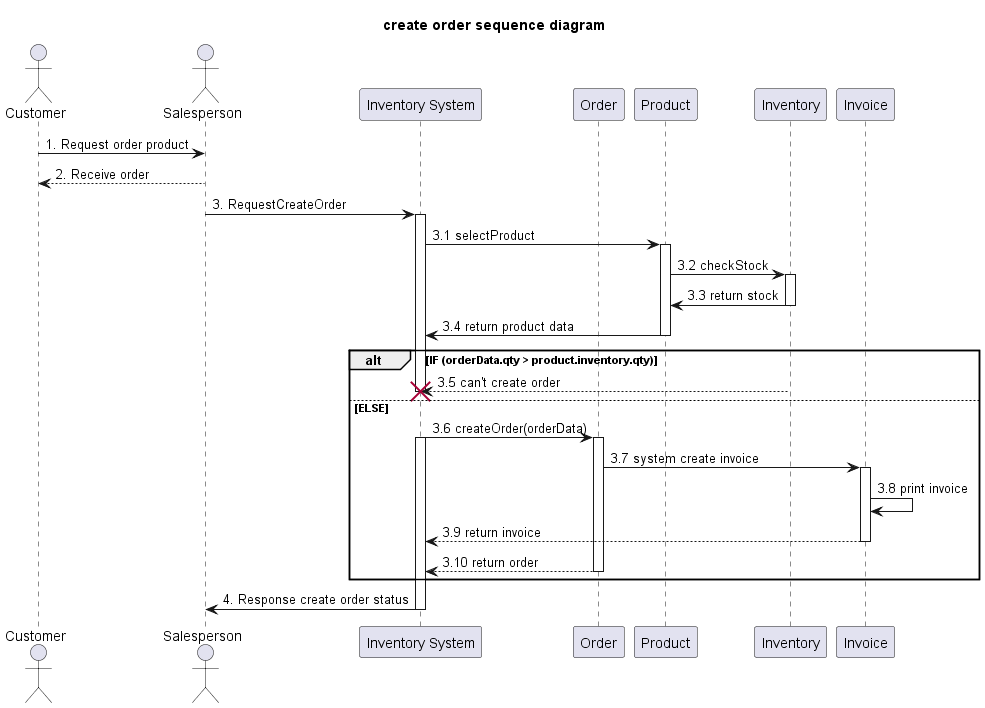
This is out/system-analysis/sequence/_4_2_sequence-create-order/_4_2_sequence-create-order.png from billowdev/inventory-system-plantuml-sequelize-seeder-example, a PlantUML export, as it was before one commit. The source it was exported from:
```plantuml
@startuml
title create order sequence diagram

actor Customer as actorCustomer

actor Salesperson as actorSalesperson
participant "Inventory System" as InventorySystem
participant "Order" as classOrder
participant "Product" as classProduct
participant "Inventory" as classInventory
participant "Invoice" as classInvoice


actorCustomer -> actorSalesperson : 1. Request order product

actorSalesperson --> actorCustomer : 2. Receive order

actorSalesperson -> InventorySystem: 3. RequestCreateOrder
activate InventorySystem

InventorySystem -> classProduct: 3.1 selectProduct
activate classProduct

classProduct -> classInventory: 3.2 checkStock
activate classInventory

classInventory -> classProduct: 3.3 return stock
deactivate classInventory

classProduct -> InventorySystem: 3.4 return product data
deactivate classProduct

alt IF (orderData.qty > product.inventory.qty)
classInventory --> InventorySystem : 3.5 can't create order
 destroy InventorySystem

else ELSE

InventorySystem -> classOrder: 3.6 createOrder(orderData)
activate classOrder
activate InventorySystem



classOrder -> classInvoice : 3.7 system create invoice

activate classInvoice
classInvoice -> classInvoice : 3.8 print invoice
classInvoice --> InventorySystem: 3.9 return invoice

deactivate classInvoice
classOrder --> InventorySystem: 3.10 return order
deactivate classOrder

end


InventorySystem -> actorSalesperson: 4. Response create order status
deactivate InventorySystem




@enduml
```
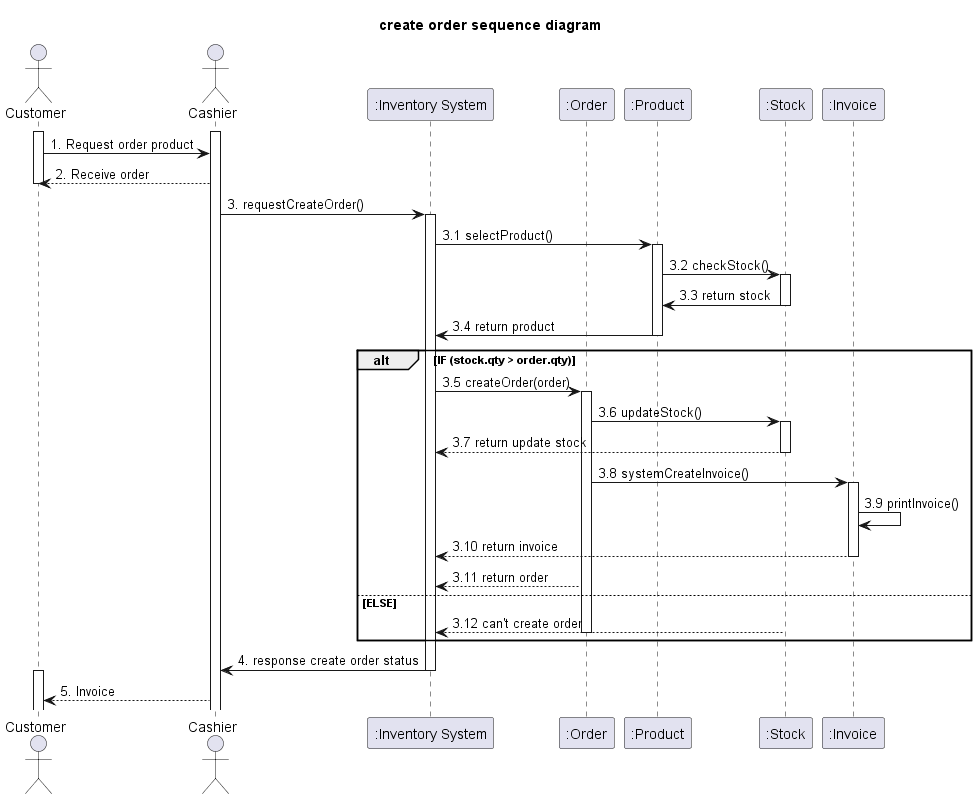
Above is the later version.

What changed in the source:
```diff
@@ -3,62 +3,74 @@
 
 actor Customer as actorCustomer
 
-actor Salesperson as actorSalesperson
-participant "Inventory System" as InventorySystem
-participant "Order" as classOrder
-participant "Product" as classProduct
-participant "Inventory" as classInventory
-participant "Invoice" as classInvoice
 
+actor Cashier as actorCashier
+participant ":Inventory System" as InventorySystem
+participant ":Order" as classOrder
+participant ":Product" as classProduct
+participant ":Stock" as classStock
+participant ":Invoice" as classInvoice
 
-actorCustomer -> actorSalesperson : 1. Request order product
+activate actorCashier
+activate actorCustomer
 
-actorSalesperson --> actorCustomer : 2. Receive order
+actorCustomer -> actorCashier : 1. Request order product
 
-actorSalesperson -> InventorySystem: 3. RequestCreateOrder
+actorCashier --> actorCustomer : 2. Receive order
+deactivate actorCustomer
+
+actorCashier -> InventorySystem: 3. requestCreateOrder()
 activate InventorySystem
 
-InventorySystem -> classProduct: 3.1 selectProduct
+InventorySystem -> classProduct: 3.1 selectProduct()
 activate classProduct
 
-classProduct -> classInventory: 3.2 checkStock
-activate classInventory
+classProduct -> classStock: 3.2 checkStock()
+activate classStock
 
-classInventory -> classProduct: 3.3 return stock
-deactivate classInventory
+classStock -> classProduct: 3.3 return stock
+deactivate classStock
 
-classProduct -> InventorySystem: 3.4 return product data
+classProduct -> InventorySystem: 3.4 return product
 deactivate classProduct
-
-alt IF (orderData.qty > product.inventory.qty)
-classInventory --> InventorySystem : 3.5 can't create order
- destroy InventorySystem
-
-else ELSE
-
-InventorySystem -> classOrder: 3.6 createOrder(orderData)
-activate classOrder
-activate InventorySystem
 
 
 
-classOrder -> classInvoice : 3.7 system create invoice
+alt IF (stock.qty > order.qty)
 
+InventorySystem -> classOrder: 3.5 createOrder(order)
+activate classOrder
+
+
+classOrder -> classStock: 3.6 updateStock()
+activate classStock
+
+classStock --> InventorySystem : 3.7 return update stock
+deactivate classStock
+
+
+classOrder -> classInvoice : 3.8 systemCreateInvoice()
 activate classInvoice
-classInvoice -> classInvoice : 3.8 print invoice
-classInvoice --> InventorySystem: 3.9 return invoice
+classInvoice -> classInvoice : 3.9 printInvoice()
+classInvoice --> InventorySystem: 3.10 return invoice
+
+
+
 
 deactivate classInvoice
-classOrder --> InventorySystem: 3.10 return order
+classOrder --> InventorySystem: 3.11 return order
+
+else ELSE
+classStock --> InventorySystem : 3.12 can't create order
 deactivate classOrder
 
 end
 
 
-InventorySystem -> actorSalesperson: 4. Response create order status
+InventorySystem -> actorCashier: 4. response create order status
+
 deactivate InventorySystem
-
-
-
+activate actorCustomer
+actorCashier --> actorCustomer : 5. Invoice
 
 @enduml
```
